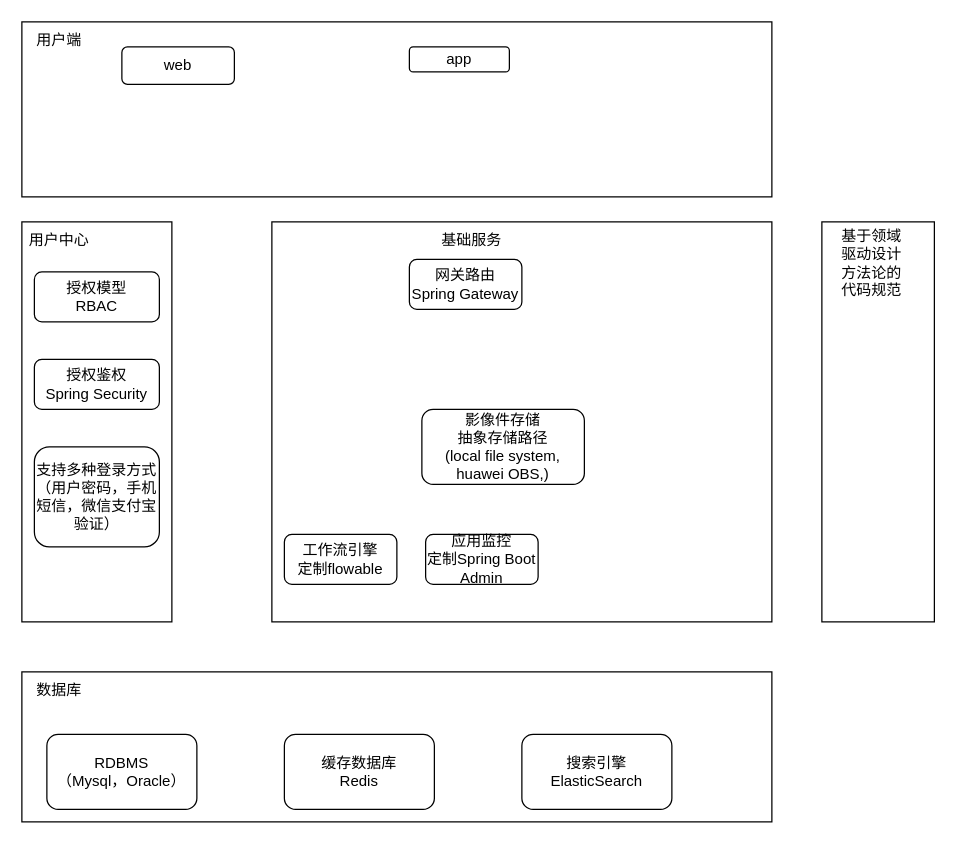
Before: 应用架构图.drawio in XiongZen/QJReconstitution, a draw.io diagram. Source tidied: cells renumbered, new cells numbered last; positions are measured from the earlier drawing's top-left corner, leaving out a move shared by most shapes. Both pictures are drawn from the tidied source at 125%, with x=0, y=0 at pixel (21, 21).
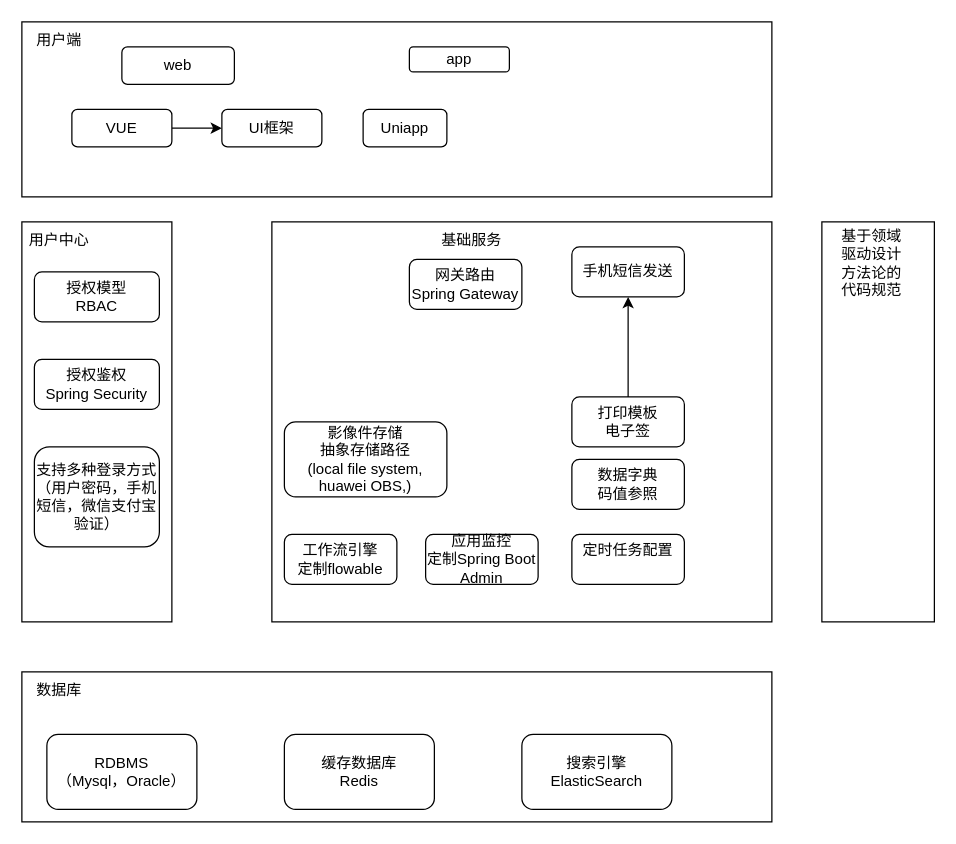
Above is the later version.

Commit message (it also covers changes not shown here):
Update 应用架构图.drawio

Diff of the diagram source:
```diff
@@
     <mxCell id="20" value="影像件存储&lt;br&gt;抽象存储路径&lt;div&gt;(local file system, huawei OBS,)&lt;/div&gt;" style="rounded=1;whiteSpace=wrap;html=1;" parent="1" vertex="1">
-      <mxGeometry x="320" y="310" width="130" height="60" as="geometry" />
+      <mxGeometry x="210" y="320" width="130" height="60" as="geometry" />
     </mxCell>
@@
+    <mxCell id="24" value="定时任务配置&lt;br&gt;&lt;div&gt;&lt;br&gt;&lt;/div&gt;" style="rounded=1;whiteSpace=wrap;html=1;" parent="1" vertex="1">
+      <mxGeometry x="440" y="410" width="90" height="40" as="geometry" />
+    </mxCell>
+    <mxCell id="25" value="数据字典&lt;br&gt;码值参照" style="rounded=1;whiteSpace=wrap;html=1;" parent="1" vertex="1">
+      <mxGeometry x="440" y="350" width="90" height="40" as="geometry" />
+    </mxCell>
+    <mxCell id="26" style="edgeStyle=orthogonalEdgeStyle;rounded=0;jettySize=auto;html=1;" parent="1" edge="1" source="27" target="32">
+      <mxGeometry relative="1" as="geometry" />
+    </mxCell>
+    <mxCell id="27" value="打印模板&lt;div&gt;电子签&lt;/div&gt;" style="rounded=1;whiteSpace=wrap;html=1;" parent="1" vertex="1">
+      <mxGeometry x="440" y="300" width="90" height="40" as="geometry" />
+    </mxCell>
+    <mxCell id="28" style="edgeStyle=orthogonalEdgeStyle;rounded=0;jettySize=auto;html=1;" parent="1" edge="1" source="29" target="31">
+      <mxGeometry relative="1" as="geometry" />
+    </mxCell>
+    <mxCell id="29" value="VUE" style="rounded=1;whiteSpace=wrap;html=1;" parent="1" vertex="1">
+      <mxGeometry x="40" y="70" width="80" height="30" as="geometry" />
+    </mxCell>
+    <mxCell id="30" value="Uniapp" style="rounded=1;whiteSpace=wrap;html=1;" parent="1" vertex="1">
+      <mxGeometry x="273" y="70" width="67" height="30" as="geometry" />
+    </mxCell>
+    <mxCell id="31" value="UI框架" style="rounded=1;whiteSpace=wrap;html=1;" parent="1" vertex="1">
+      <mxGeometry x="160" y="70" width="80" height="30" as="geometry" />
+    </mxCell>
+    <mxCell id="32" value="手机短信发送" style="rounded=1;whiteSpace=wrap;html=1;" parent="1" vertex="1">
+      <mxGeometry x="440" y="180" width="90" height="40" as="geometry" />
+    </mxCell>
```
